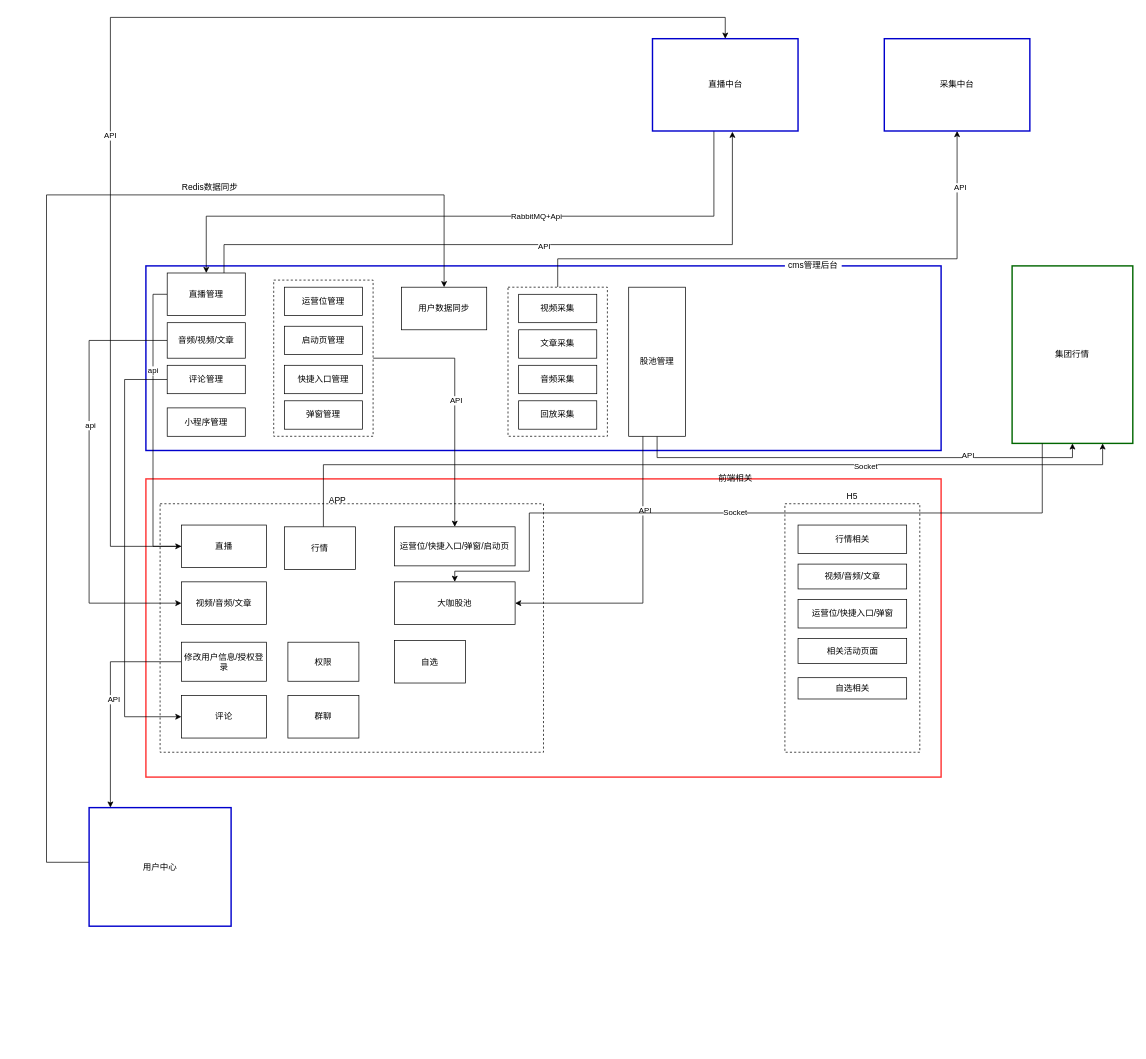
wjh756381193/learn keeps this draw.io diagram as Untitled Diagram.drawio. Above is the earlier version. Source tidied: cells renumbered, new cells numbered last; positions are measured from the earlier drawing's top-left corner, leaving out a move shared by most shapes. Both pictures are drawn from the tidied source at 71%, with x=0, y=0 at pixel (46, 17).
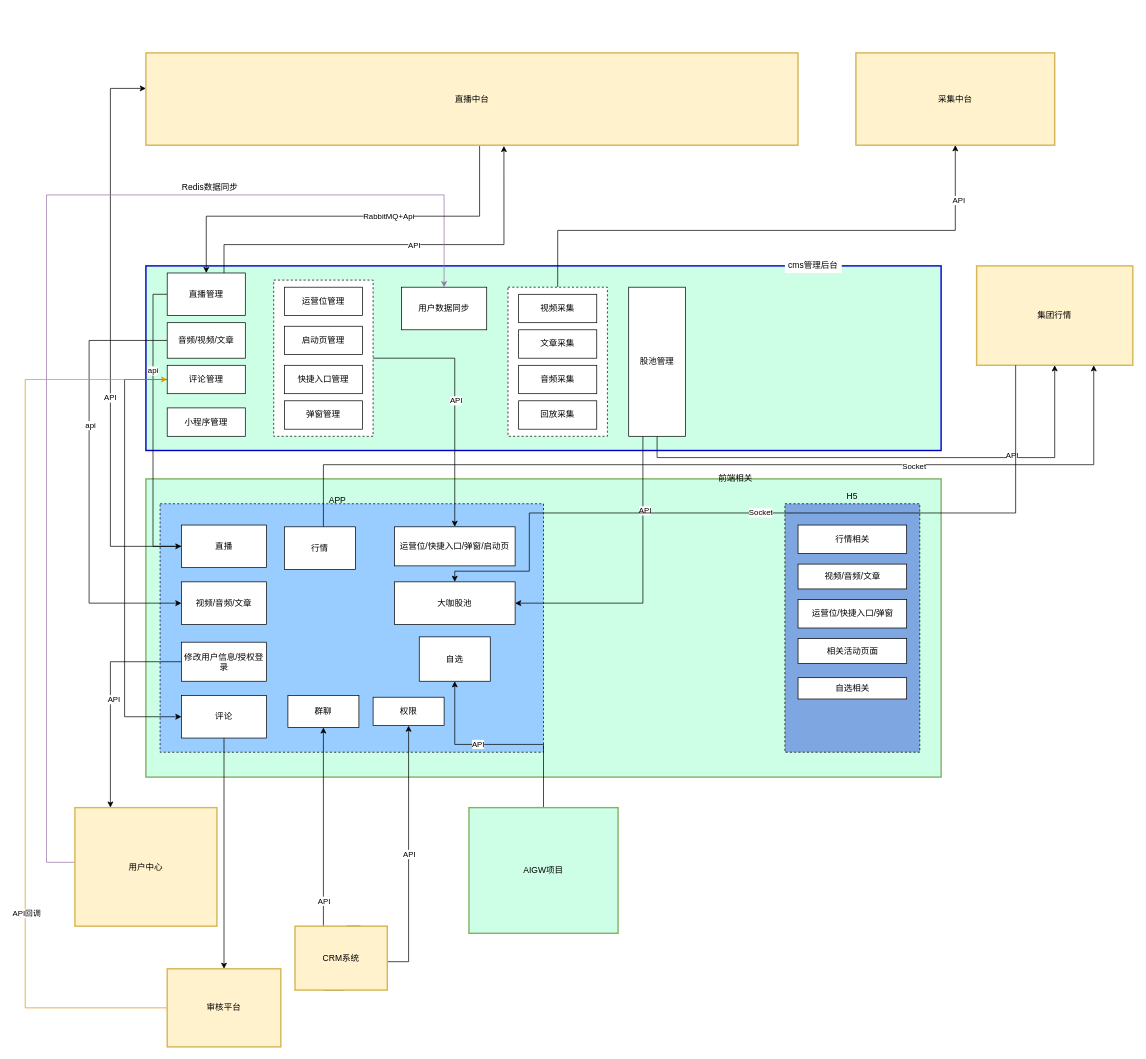
Above is the later version.

The change refers to these unchanged cells:
```xml
<mxCell id="7" value="直播" style="rounded=0;whiteSpace=wrap;html=1;" parent="1" vertex="1">
  <mxGeometry x="190" y="715" width="120" height="60" as="geometry" />
</mxCell>
<mxCell id="12" value="评论" style="rounded=0;whiteSpace=wrap;html=1;" parent="1" vertex="1">
  <mxGeometry x="190" y="955" width="120" height="60" as="geometry" />
</mxCell>
<mxCell id="17" value="行情" style="rounded=0;whiteSpace=wrap;html=1;" parent="1" vertex="1">
  <mxGeometry x="335" y="717.5" width="100" height="60" as="geometry" />
</mxCell>
<mxCell id="33" value="直播管理" style="rounded=0;whiteSpace=wrap;html=1;" parent="1" vertex="1">
  <mxGeometry x="170" y="360" width="110" height="60" as="geometry" />
</mxCell>
<mxCell id="49" style="rounded=0;whiteSpace=wrap;html=1;dashed=1;" parent="1" vertex="1">
  <mxGeometry x="650" y="380" width="140" height="210" as="geometry" />
</mxCell>
<mxCell id="56" value="用户数据同步" style="rounded=0;whiteSpace=wrap;html=1;" parent="1" vertex="1">
  <mxGeometry x="500" y="380" width="120" height="60" as="geometry" />
</mxCell>
<mxCell id="65" value="股池管理" style="rounded=0;whiteSpace=wrap;html=1;strokeWidth=1;fillColor=#ffffff;" parent="1" vertex="1">
  <mxGeometry x="820" y="380" width="80" height="210" as="geometry" />
</mxCell>
<mxCell id="71" value="大咖股池" style="rounded=0;whiteSpace=wrap;html=1;" parent="1" vertex="1">
  <mxGeometry x="490" y="795" width="170" height="60" as="geometry" />
</mxCell>
```

What changed in the source:
```diff
@@
-    <mxCell id="2" style="rounded=0;whiteSpace=wrap;html=1;strokeWidth=2;strokeColor=#FF3333;" parent="1" vertex="1">
+    <mxCell id="2" style="rounded=0;whiteSpace=wrap;html=1;strokeWidth=2;strokeColor=#82b366;fillColor=#CCFFE6;" parent="1" vertex="1">
       <mxGeometry x="140" y="650" width="1120" height="420" as="geometry" />
     </mxCell>
-    <mxCell id="3" style="rounded=0;whiteSpace=wrap;html=1;dashed=1;" parent="1" vertex="1">
+    <mxCell id="3" style="rounded=0;whiteSpace=wrap;html=1;dashed=1;fillColor=#99CCFF;" parent="1" vertex="1">
       <mxGeometry x="160" y="685" width="540" height="350" as="geometry" />
     </mxCell>
-    <mxCell id="4" style="rounded=0;whiteSpace=wrap;html=1;dashed=1;" parent="1" vertex="1">
+    <mxCell id="4" style="rounded=0;whiteSpace=wrap;html=1;dashed=1;fillColor=#7EA6E0;" parent="1" vertex="1">
       <mxGeometry x="1040" y="685" width="190" height="350" as="geometry" />
     </mxCell>
     <mxCell id="5" style="edgeStyle=orthogonalEdgeStyle;rounded=0;jettySize=auto;html=1;" parent="1" edge="1" source="7" target="60">
       <mxGeometry relative="1" as="geometry">
         <Array as="points">
           <mxPoint x="90" y="745" />
-          <mxPoint x="90" />
-          <mxPoint x="956" />
+          <mxPoint x="90" y="100" />
         </Array>
       </mxGeometry>
     </mxCell>
@@
+    <mxCell id="72" style="edgeStyle=orthogonalEdgeStyle;rounded=0;jettySize=auto;html=1;entryX=0.5;entryY=0;entryDx=0;entryDy=0;" parent="1" edge="1" source="12" target="83">
+      <mxGeometry relative="1" as="geometry" />
+    </mxCell>
@@
+    <mxCell id="73" style="edgeStyle=orthogonalEdgeStyle;rounded=0;jettySize=auto;html=1;exitX=0.711;exitY=0;exitDx=0;exitDy=0;exitPerimeter=0;" parent="1" edge="1" source="80" target="14">
+      <mxGeometry relative="1" as="geometry">
+        <Array as="points">
+          <mxPoint x="423" y="1330" />
+          <mxPoint x="510" y="1330" />
+        </Array>
+      </mxGeometry>
+    </mxCell>
+    <mxCell id="74" value="API" style="edgeLabel;html=1;align=center;verticalAlign=middle;" parent="73" vertex="1">
+      <mxGeometry x="0.26" relative="1" as="geometry" />
+    </mxCell>
     <mxCell id="14" value="权限" style="rounded=0;whiteSpace=wrap;html=1;" parent="1" vertex="1">
-      <mxGeometry x="340" y="880" width="100" height="55" as="geometry" />
+      <mxGeometry x="460" y="957.5" width="100" height="40" as="geometry" />
     </mxCell>
     <mxCell id="15" style="edgeStyle=orthogonalEdgeStyle;rounded=0;jettySize=auto;html=1;entryX=0.75;entryY=1;entryDx=0;entryDy=0;" parent="1" edge="1" source="17" target="66">
       <mxGeometry relative="1" as="geometry">
         <Array as="points">
           <mxPoint x="390" y="630" />
-          <mxPoint x="1488" y="630" />
+          <mxPoint x="1475" y="630" />
         </Array>
       </mxGeometry>
     </mxCell>
@@
+    <mxCell id="75" style="edgeStyle=orthogonalEdgeStyle;rounded=0;jettySize=auto;html=1;" parent="1" edge="1" source="79" target="18">
+      <mxGeometry relative="1" as="geometry" />
+    </mxCell>
+    <mxCell id="76" value="API" style="edgeLabel;html=1;align=center;verticalAlign=middle;" parent="75" vertex="1">
+      <mxGeometry x="0.2" y="-1" relative="1" as="geometry" />
+    </mxCell>
     <mxCell id="18" value="自选" style="rounded=0;whiteSpace=wrap;html=1;" parent="1" vertex="1">
-      <mxGeometry x="490" y="877.5" width="100" height="60" as="geometry" />
+      <mxGeometry x="525" y="872.5" width="100" height="62.5" as="geometry" />
     </mxCell>
@@
-    <mxCell id="23" style="rounded=0;whiteSpace=wrap;html=1;strokeWidth=2;strokeColor=#0000CC;" parent="1" vertex="1">
+    <mxCell id="23" style="rounded=0;whiteSpace=wrap;html=1;strokeWidth=2;strokeColor=#0000CC;fillColor=#CCFFE6;" parent="1" vertex="1">
       <mxGeometry x="140" y="350" width="1120" height="260" as="geometry" />
     </mxCell>
@@
+    <mxCell id="77" style="edgeStyle=orthogonalEdgeStyle;rounded=0;jettySize=auto;html=1;exitX=0.525;exitY=0;exitDx=0;exitDy=0;exitPerimeter=0;" parent="1" edge="1" source="80" target="25">
+      <mxGeometry relative="1" as="geometry">
+        <Array as="points">
+          <mxPoint x="390" y="1370" />
+        </Array>
+      </mxGeometry>
+    </mxCell>
+    <mxCell id="78" value="API" style="edgeLabel;html=1;align=center;verticalAlign=middle;" parent="77" vertex="1">
+      <mxGeometry relative="1" as="geometry" />
+    </mxCell>
     <mxCell id="25" value="群聊" style="rounded=0;whiteSpace=wrap;html=1;" parent="1" vertex="1">
-      <mxGeometry x="340" y="955" width="100" height="60" as="geometry" />
+      <mxGeometry x="340" y="955" width="100" height="45" as="geometry" />
     </mxCell>
@@
     <mxCell id="31" style="edgeStyle=orthogonalEdgeStyle;rounded=0;jettySize=auto;html=1;entryX=0.549;entryY=1.008;entryDx=0;entryDy=0;entryPerimeter=0;" parent="1" edge="1" source="33" target="60">
       <mxGeometry relative="1" as="geometry">
         <Array as="points">
           <mxPoint x="250" y="320" />
-          <mxPoint x="966" y="320" />
+          <mxPoint x="644" y="320" />
         </Array>
       </mxGeometry>
     </mxCell>
@@
     <mxCell id="47" style="edgeStyle=orthogonalEdgeStyle;rounded=0;jettySize=auto;html=1;entryX=0.5;entryY=1;entryDx=0;entryDy=0;" parent="1" edge="1" source="49" target="61">
       <mxGeometry relative="1" as="geometry">
         <Array as="points">
-          <mxPoint x="720" y="340" />
-          <mxPoint x="1283" y="340" />
+          <mxPoint x="720" y="300" />
+          <mxPoint x="1280" y="300" />
         </Array>
       </mxGeometry>
     </mxCell>
@@
-    <mxCell id="54" style="edgeStyle=orthogonalEdgeStyle;rounded=0;jettySize=auto;html=1;entryX=0.5;entryY=0;entryDx=0;entryDy=0;" parent="1" edge="1" source="55" target="56">
+    <mxCell id="54" style="edgeStyle=orthogonalEdgeStyle;rounded=0;jettySize=auto;html=1;entryX=0.5;entryY=0;entryDx=0;entryDy=0;fillColor=#e1d5e7;strokeColor=#9673a6;" parent="1" edge="1" source="55" target="56">
       <mxGeometry relative="1" as="geometry">
         <Array as="points">
           <mxPoint y="1190" />
           <mxPoint y="250" />
           <mxPoint x="560" y="250" />
         </Array>
       </mxGeometry>
     </mxCell>
-    <mxCell id="55" value="用户中心" style="rounded=0;whiteSpace=wrap;html=1;strokeWidth=2;strokeColor=#0000CC;" parent="1" vertex="1">
-      <mxGeometry x="60" y="1113" width="200" height="167" as="geometry" />
+    <mxCell id="55" value="用户中心" style="rounded=0;whiteSpace=wrap;html=1;strokeWidth=2;strokeColor=#d6b656;fillColor=#fff2cc;" parent="1" vertex="1">
+      <mxGeometry x="40" y="1113" width="200" height="167" as="geometry" />
     </mxCell>
@@
     <mxCell id="58" style="edgeStyle=orthogonalEdgeStyle;rounded=0;jettySize=auto;html=1;entryX=0.5;entryY=0;entryDx=0;entryDy=0;" parent="1" edge="1" source="60" target="33">
       <mxGeometry relative="1" as="geometry">
         <Array as="points">
-          <mxPoint x="940" y="280" />
+          <mxPoint x="610" y="280" />
           <mxPoint x="225" y="280" />
         </Array>
       </mxGeometry>
     </mxCell>
@@
-    <mxCell id="60" value="直播中台" style="rounded=0;whiteSpace=wrap;html=1;strokeWidth=2;fillColor=#ffffff;strokeColor=#0000CC;" parent="1" vertex="1">
-      <mxGeometry x="853.5" y="30" width="205" height="130" as="geometry" />
+    <mxCell id="60" value="直播中台" style="rounded=0;whiteSpace=wrap;html=1;strokeWidth=2;fillColor=#fff2cc;strokeColor=#d6b656;" parent="1" vertex="1">
+      <mxGeometry x="140" y="50" width="918.5" height="130" as="geometry" />
     </mxCell>
-    <mxCell id="61" value="采集中台" style="rounded=0;whiteSpace=wrap;html=1;strokeWidth=2;fillColor=#ffffff;strokeColor=#0000CC;" parent="1" vertex="1">
-      <mxGeometry x="1180" y="30" width="205" height="130" as="geometry" />
+    <mxCell id="61" value="采集中台" style="rounded=0;whiteSpace=wrap;html=1;strokeWidth=2;fillColor=#fff2cc;strokeColor=#d6b656;" parent="1" vertex="1">
+      <mxGeometry x="1140" y="50" width="280" height="130" as="geometry" />
     </mxCell>
@@
     <mxCell id="63" style="edgeStyle=orthogonalEdgeStyle;rounded=0;jettySize=auto;html=1;entryX=0.5;entryY=1;entryDx=0;entryDy=0;" parent="1" edge="1" source="65" target="66">
       <mxGeometry relative="1" as="geometry">
         <Array as="points">
           <mxPoint x="860" y="620" />
-          <mxPoint x="1445" y="620" />
+          <mxPoint x="1420" y="620" />
         </Array>
       </mxGeometry>
     </mxCell>
@@
-    <mxCell id="66" value="集团行情" style="rounded=0;whiteSpace=wrap;html=1;strokeWidth=2;fillColor=#ffffff;strokeColor=#006600;" parent="1" vertex="1">
-      <mxGeometry x="1360" y="350" width="170" height="250" as="geometry" />
+    <mxCell id="66" value="集团行情" style="rounded=0;whiteSpace=wrap;html=1;strokeWidth=2;fillColor=#fff2cc;strokeColor=#d6b656;" parent="1" vertex="1">
+      <mxGeometry x="1310" y="350" width="220" height="140" as="geometry" />
     </mxCell>
@@
     <mxCell id="69" style="edgeStyle=orthogonalEdgeStyle;rounded=0;jettySize=auto;html=1;exitX=0.25;exitY=1;exitDx=0;exitDy=0;entryX=0.5;entryY=0;entryDx=0;entryDy=0;" parent="1" edge="1" source="66" target="71">
       <mxGeometry relative="1" as="geometry">
         <Array as="points">
-          <mxPoint x="1403" y="698" />
+          <mxPoint x="1365" y="698" />
           <mxPoint x="680" y="698" />
           <mxPoint x="680" y="780" />
           <mxPoint x="575" y="780" />
         </Array>
       </mxGeometry>
     </mxCell>
@@
+    <mxCell id="79" value="AIGW项目" style="rounded=0;whiteSpace=wrap;html=1;strokeWidth=2;strokeColor=#82b366;fillColor=#CCFFE6;" parent="1" vertex="1">
+      <mxGeometry x="595" y="1113" width="210" height="177" as="geometry" />
+    </mxCell>
+    <mxCell id="80" value="CRM系统" style="rounded=0;whiteSpace=wrap;html=1;strokeColor=#d6b656;strokeWidth=2;fillColor=#fff2cc;" parent="1" vertex="1">
+      <mxGeometry x="350" y="1280" width="130" height="90" as="geometry" />
+    </mxCell>
+    <mxCell id="81" style="edgeStyle=orthogonalEdgeStyle;rounded=0;jettySize=auto;html=1;fillColor=#ffe6cc;strokeColor=#d79b00;" parent="1" edge="1" source="83">
+      <mxGeometry relative="1" as="geometry">
+        <mxPoint x="170" y="510" as="targetPoint" />
+        <Array as="points">
+          <mxPoint x="-30" y="1395" />
+          <mxPoint x="-30" y="510" />
+        </Array>
+      </mxGeometry>
+    </mxCell>
+    <mxCell id="82" value="API回调" style="edgeLabel;html=1;align=center;verticalAlign=middle;" parent="81" vertex="1">
+      <mxGeometry x="-0.48" y="-1" relative="1" as="geometry" />
+    </mxCell>
+    <mxCell id="83" value="审核平台" style="rounded=0;whiteSpace=wrap;html=1;strokeColor=#d6b656;strokeWidth=2;fillColor=#fff2cc;" parent="1" vertex="1">
+      <mxGeometry x="170" y="1340" width="160" height="110" as="geometry" />
+    </mxCell>
```
